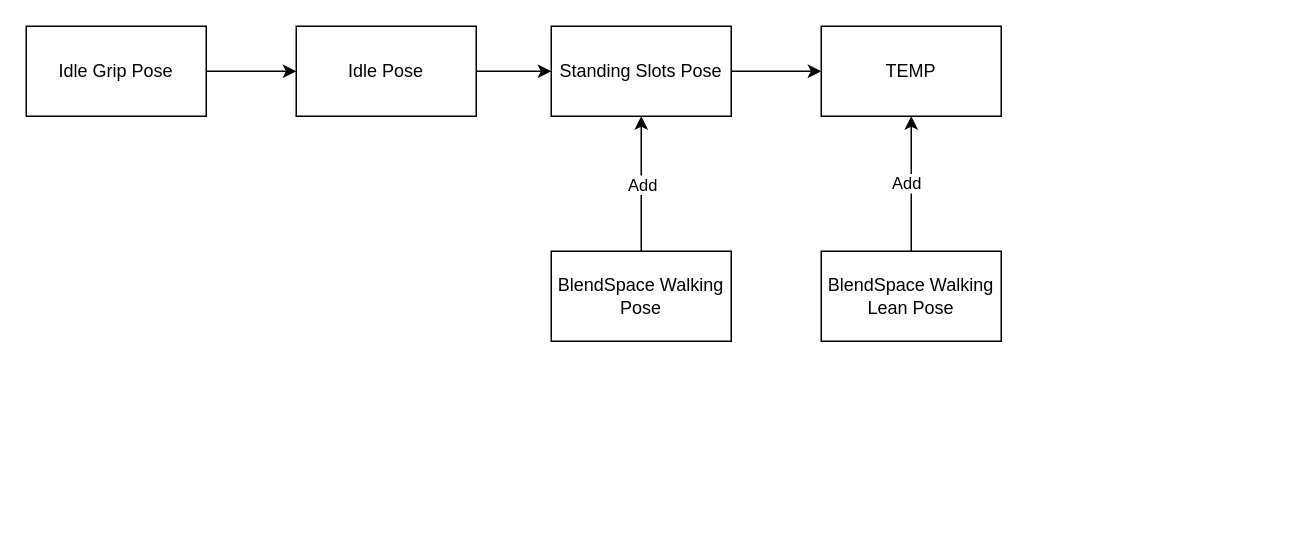
Above: 拆解.drawio in GameCater/DrawIO (draw.io), before the change. Source tidied: cells renumbered, new cells numbered last; positions are measured from the earlier drawing's top-left corner, leaving out a move shared by most shapes. Both pictures are drawn from the tidied source at 150%, with x=0, y=0 at pixel (26, 26).
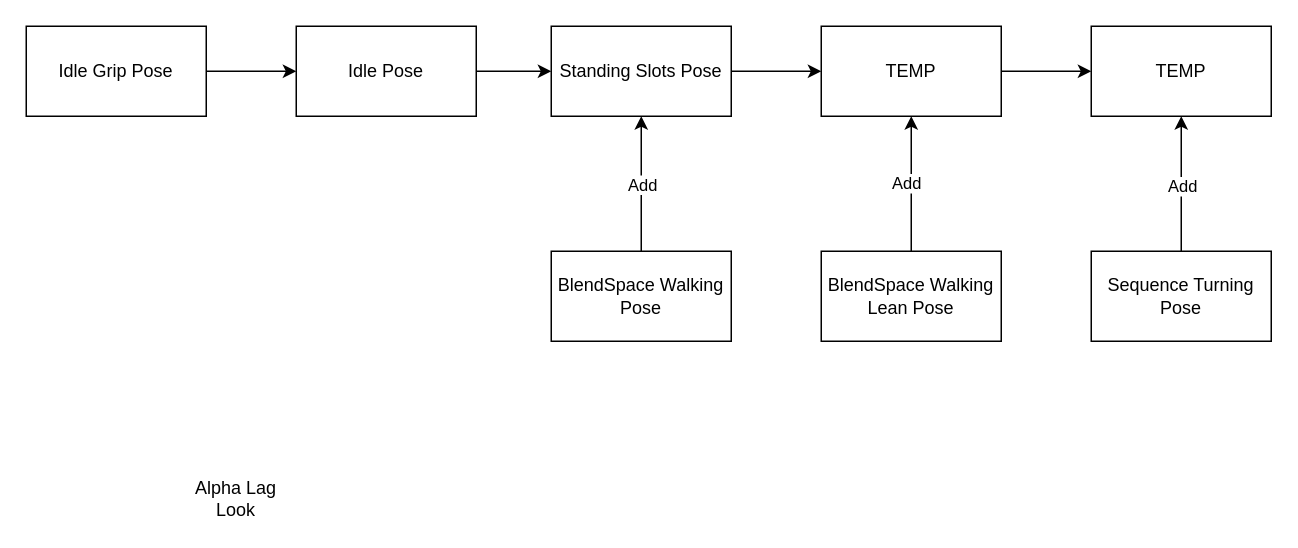
The same diagram, later.

Unchanged cells that the change refers to:
```xml
<mxCell id="11" value="TEMP" style="rounded=0;whiteSpace=wrap;html=1;" parent="1" vertex="1">
  <mxGeometry x="530" width="120" height="60" as="geometry" />
</mxCell>
```

The edit, as a diff of the source:
```diff
@@
+    <mxCell id="16" style="edgeStyle=orthogonalEdgeStyle;rounded=0;jettySize=auto;html=1;" parent="1" edge="1" source="11" target="17">
+      <mxGeometry relative="1" as="geometry" />
+    </mxCell>
@@
+    <mxCell id="17" value="TEMP" style="rounded=0;whiteSpace=wrap;html=1;" parent="1" vertex="1">
+      <mxGeometry x="710" width="120" height="60" as="geometry" />
+    </mxCell>
+    <mxCell id="18" value="Alpha Lag Look" style="text;html=1;whiteSpace=wrap;strokeColor=none;fillColor=none;align=center;verticalAlign=middle;rounded=0;" parent="1" vertex="1">
+      <mxGeometry x="110" y="300" width="60" height="30" as="geometry" />
+    </mxCell>
+    <mxCell id="19" style="edgeStyle=orthogonalEdgeStyle;rounded=0;jettySize=auto;html=1;" parent="1" edge="1" source="21" target="17">
+      <mxGeometry relative="1" as="geometry" />
+    </mxCell>
+    <mxCell id="20" value="Add" style="edgeLabel;html=1;align=center;verticalAlign=middle;" parent="19" vertex="1">
+      <mxGeometry x="-0.02" relative="1" as="geometry" />
+    </mxCell>
+    <mxCell id="21" value="Sequence Turning Pose" style="whiteSpace=wrap;html=1;" parent="1" vertex="1">
+      <mxGeometry x="710" y="150" width="120" height="60" as="geometry" />
+    </mxCell>
```
